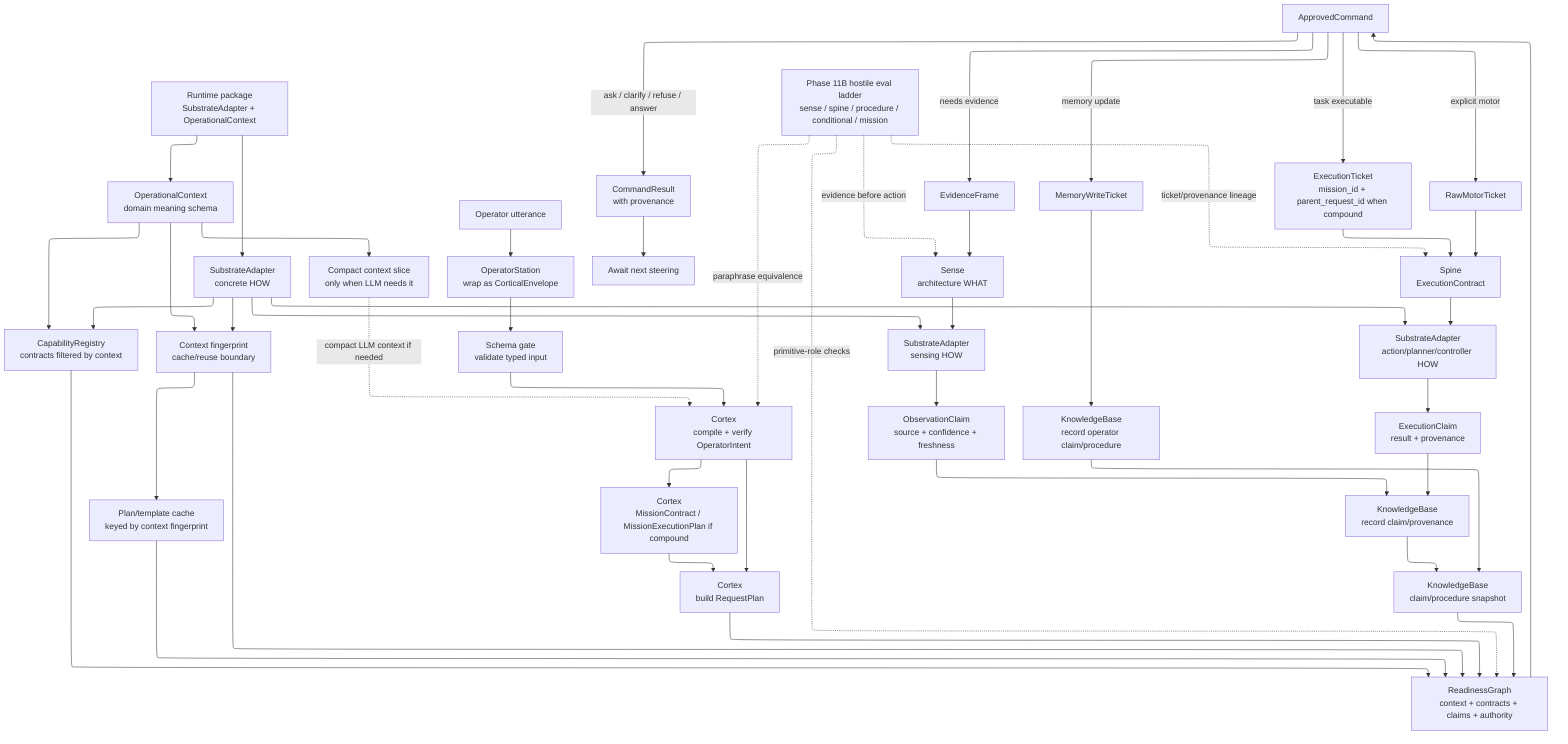
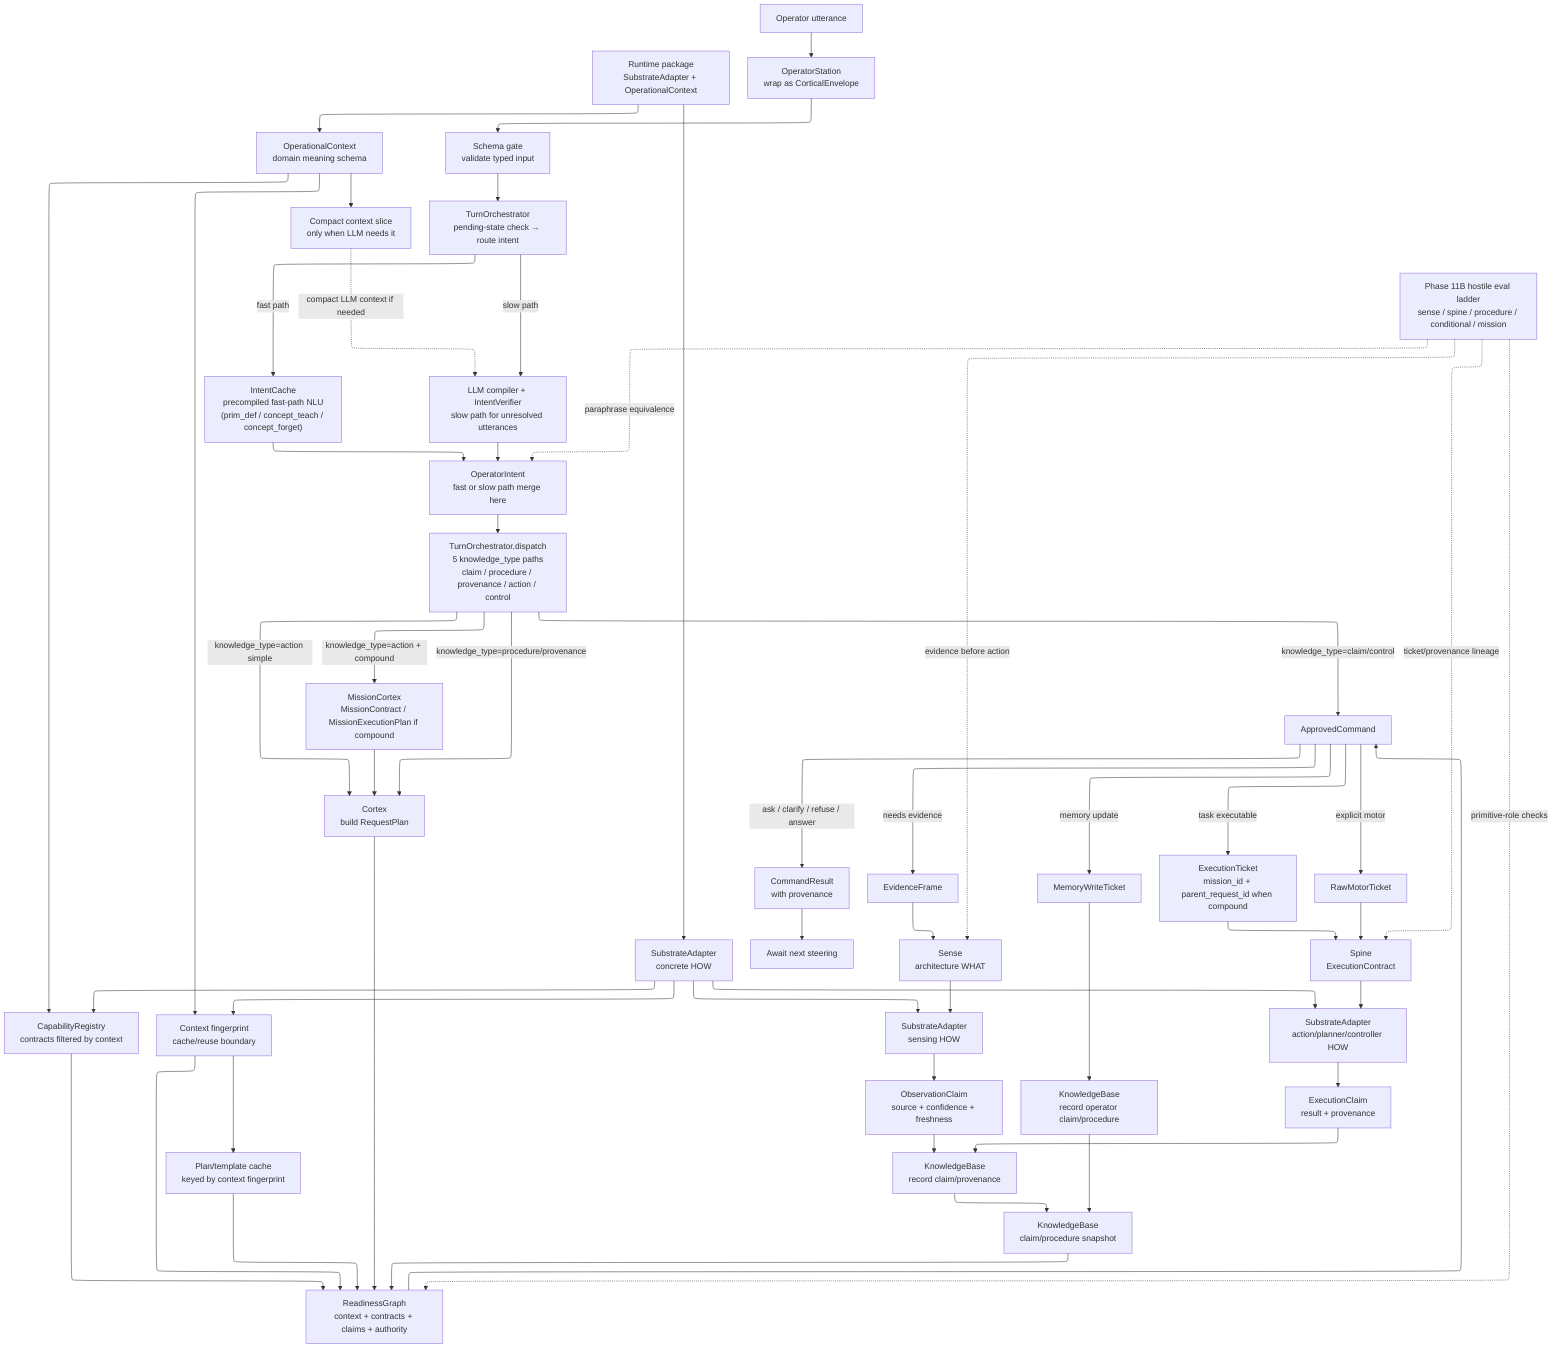
---
config:
  layout: elk
---
flowchart TD

  Runtime["Runtime package<br>SubstrateAdapter + OperationalContext"]
  Context["OperationalContext<br>domain meaning schema"]
  Substrate["SubstrateAdapter<br>concrete HOW"]
  Registry["CapabilityRegistry<br>contracts filtered by context"]
  Fingerprint["Context fingerprint<br>cache/reuse boundary"]
  Cache["Plan/template cache<br>keyed by context fingerprint"]
  Slice["Compact context slice<br>only when LLM needs it"]
  EvalLadder["Phase 11B hostile eval ladder<br>sense / spine / procedure / conditional / mission"]

  Start["Operator utterance"]
  Station["OperatorStation<br>wrap as CorticalEnvelope"]
  SchemaIn["Schema gate<br>validate typed input"]
-   Intent["Cortex<br>compile + verify OperatorIntent"]
-   Mission["Cortex<br>MissionContract / MissionExecutionPlan if compound"]
+   Orch["TurnOrchestrator<br>pending-state check → route intent"]
+   IntentCache["IntentCache<br>precompiled fast-path NLU<br>(prim_def / concept_teach / concept_forget)"]
+   LLM["LLM compiler + IntentVerifier<br>slow path for unresolved utterances"]
+   Intent["OperatorIntent<br>fast or slow path merge here"]
+   Dispatch["TurnOrchestrator.dispatch<br>5 knowledge_type paths<br>claim / procedure / provenance / action / control"]
+   Mission["MissionCortex<br>MissionContract / MissionExecutionPlan if compound"]
  Plan["Cortex<br>build RequestPlan"]
  Snapshot["KnowledgeBase<br>claim/procedure snapshot"]
  Ready["ReadinessGraph<br>context + contracts + claims + authority"]
  Gate["ApprovedCommand"]

  Runtime --> Context
  Runtime --> Substrate
  Context --> Registry
  Substrate --> Registry
  Context --> Fingerprint
  Substrate --> Fingerprint
  Fingerprint --> Cache
  Context --> Slice

-   Start --> Station --> SchemaIn --> Intent
-   Intent --> Mission
-   Intent --> Plan
-   Mission --> Plan
-   Slice -. "compact LLM context if needed" .-> Intent
+   Start --> Station --> SchemaIn --> Orch
+   Orch -->|fast path| IntentCache --> Intent
+   Orch -->|slow path| LLM --> Intent
+   Slice -. "compact LLM context if needed" .-> LLM
+   Intent --> Dispatch
+   Dispatch -->|knowledge_type=procedure/provenance| Plan
+   Dispatch -->|knowledge_type=action + compound| Mission --> Plan
+   Dispatch -->|knowledge_type=action simple| Plan
+   Dispatch -->|knowledge_type=claim/control| Gate
  Plan --> Ready
  Registry --> Ready
  Fingerprint --> Ready
  Cache --> Ready
  Snapshot --> Ready
  Ready --> Gate

  Gate -->|ask / clarify / refuse / answer| Result["CommandResult<br>with provenance"]
  Result --> End["Await next steering"]

  Gate -->|needs evidence| EvidenceMsg["EvidenceFrame"]
  EvidenceMsg --> Sense["Sense<br>architecture WHAT"]
  Sense --> SenseHow["SubstrateAdapter<br>sensing HOW"]
  Substrate --> SenseHow
  SenseHow --> Observation["ObservationClaim<br>source + confidence + freshness"]
  Observation --> KnowledgeWrite["KnowledgeBase<br>record claim/provenance"]
  KnowledgeWrite --> Snapshot

  Gate -->|memory update| MemoryTicket["MemoryWriteTicket"]
  MemoryTicket --> OperatorClaim["KnowledgeBase<br>record operator claim/procedure"]
  OperatorClaim --> Snapshot

  Gate -->|task executable| ExecTicket["ExecutionTicket<br>mission_id + parent_request_id when compound"]
  ExecTicket --> Spine["Spine<br>ExecutionContract"]
  Spine --> ActionHow["SubstrateAdapter<br>action/planner/controller HOW"]
  Substrate --> ActionHow
  ActionHow --> ExecClaim["ExecutionClaim<br>result + provenance"]
  ExecClaim --> KnowledgeWrite

  Gate -->|explicit motor| MotorTicket["RawMotorTicket"]
  MotorTicket --> Spine

  EvalLadder -. "paraphrase equivalence" .-> Intent
  EvalLadder -. "primitive-role checks" .-> Ready
  EvalLadder -. "evidence before action" .-> Sense
  EvalLadder -. "ticket/provenance lineage" .-> Spine
